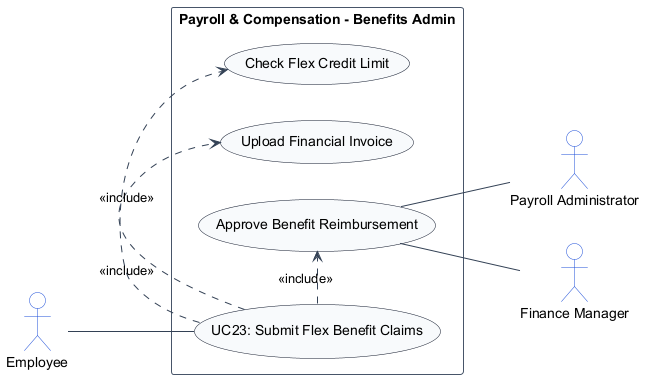
TamBui1706/HRPlatform keeps this PlantUML diagram as usecase_images/module_03_payroll_compensation/UC23.png. Above is the earlier version. The source it was exported from:
```plantuml
@startuml
left to right direction
skinparam shadowing false
skinparam packageStyle rectangle
skinparam actorStyle stickman

skinparam ArrowColor #334155
skinparam ActorBorderColor #1d4ed8
skinparam ActorBackgroundColor #ffffff
skinparam UsecaseBorderColor #0f172a
skinparam UsecaseBackgroundColor #f8fafc
skinparam RectangleBorderColor #475569
skinparam RectangleBackgroundColor #ffffff

actor "Employee" as Employee
actor "Payroll Administrator" as PayrollAdministrator
actor "Finance Manager" as FinanceManager

rectangle "Payroll & Compensation - Benefits Admin" {
    usecase "UC23: Submit Flex Benefit Claims" as UC_Main
    usecase "Check Flex Credit Limit" as UC_CheckCredit
    usecase "Upload Financial Invoice" as UC_UploadInvoice
    usecase "Approve Benefit Reimbursement" as UC_ApproveBenefit

    Employee -- UC_Main
    UC_Main .> UC_CheckCredit : <<include>>
    UC_Main .> UC_UploadInvoice : <<include>>
    UC_Main .> UC_ApproveBenefit : <<include>>
    UC_ApproveBenefit -- PayrollAdministrator
    UC_ApproveBenefit -- FinanceManager
}
@enduml
```
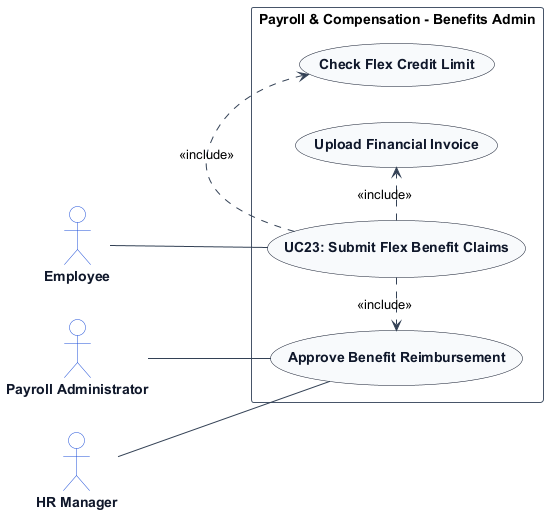
Later version of the same file.

What changed in the source:
```diff
@@ -7,14 +7,20 @@
 skinparam ArrowColor #334155
 skinparam ActorBorderColor #1d4ed8
 skinparam ActorBackgroundColor #ffffff
+skinparam ActorFontColor #0f172a
+skinparam ActorFontStyle bold
+
 skinparam UsecaseBorderColor #0f172a
 skinparam UsecaseBackgroundColor #f8fafc
+skinparam UsecaseFontColor #0f172a
+skinparam UsecaseFontStyle bold
+
 skinparam RectangleBorderColor #475569
 skinparam RectangleBackgroundColor #ffffff
 
 actor "Employee" as Employee
 actor "Payroll Administrator" as PayrollAdministrator
-actor "Finance Manager" as FinanceManager
+actor "HR Manager" as HRManager
 
 rectangle "Payroll & Compensation - Benefits Admin" {
     usecase "UC23: Submit Flex Benefit Claims" as UC_Main
@@ -23,10 +29,10 @@
     usecase "Approve Benefit Reimbursement" as UC_ApproveBenefit
 
     Employee -- UC_Main
+    PayrollAdministrator -- UC_ApproveBenefit
+    HRManager -- UC_ApproveBenefit
     UC_Main .> UC_CheckCredit : <<include>>
     UC_Main .> UC_UploadInvoice : <<include>>
     UC_Main .> UC_ApproveBenefit : <<include>>
-    UC_ApproveBenefit -- PayrollAdministrator
-    UC_ApproveBenefit -- FinanceManager
 }
 @enduml
```
